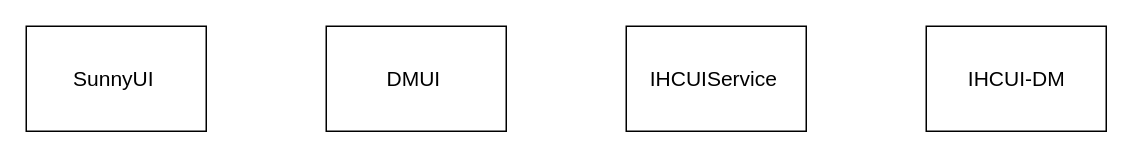
Earlier version of the draw.io diagram 组化软件新UI架构图.drawio (GreAmbWang/draw.io). Source tidied: cells renumbered, new cells numbered last; positions are measured from the earlier drawing's top-left corner, leaving out a move shared by most shapes. Both pictures are drawn from the tidied source at 150%, with x=0, y=0 at pixel (26, 26).
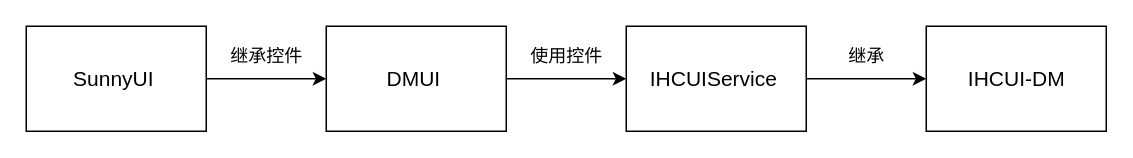
The same diagram, later.

Commit message:
Added 组化软件新UI架构图.drawio

The edit, as a diff of the source:
```diff
@@
 <mxGraphModel>
   <root>
     <mxCell id="0" />
     <mxCell id="1" parent="0" />
+    <mxCell id="6" style="edgeStyle=orthogonalEdgeStyle;rounded=0;jettySize=auto;html=1;entryX=0;entryY=0.5;entryDx=0;entryDy=0;" parent="1" edge="1" source="2" target="3">
+      <mxGeometry relative="1" as="geometry" />
+    </mxCell>
     <mxCell id="2" value="&lt;p class=&quot;MsoNormal&quot;&gt;&lt;span style=&quot;font-family: &amp;#34;calibri&amp;#34; ; font-size: 10.5000pt&quot;&gt;SunnyUI&amp;nbsp;&lt;/span&gt;&lt;/p&gt;" style="html=1;" parent="1" vertex="1">
       <mxGeometry width="120" height="70" as="geometry" />
     </mxCell>
+    <mxCell id="7" style="edgeStyle=orthogonalEdgeStyle;rounded=0;jettySize=auto;html=1;exitX=1;exitY=0.5;exitDx=0;exitDy=0;entryX=0;entryY=0.5;entryDx=0;entryDy=0;" parent="1" edge="1" source="3" target="4">
+      <mxGeometry relative="1" as="geometry" />
+    </mxCell>
     <mxCell id="3" value="&lt;p class=&quot;MsoNormal&quot;&gt;&lt;span style=&quot;font-family: &amp;#34;calibri&amp;#34; ; font-size: 10.5000pt&quot;&gt;DMUI&amp;nbsp;&lt;/span&gt;&lt;/p&gt;" style="html=1;" parent="1" vertex="1">
       <mxGeometry x="200" width="120" height="70" as="geometry" />
     </mxCell>
+    <mxCell id="8" style="edgeStyle=orthogonalEdgeStyle;rounded=0;jettySize=auto;html=1;entryX=0;entryY=0.5;entryDx=0;entryDy=0;" parent="1" edge="1" source="4" target="5">
+      <mxGeometry relative="1" as="geometry" />
+    </mxCell>
     <mxCell id="4" value="&lt;p class=&quot;MsoNormal&quot;&gt;&lt;span style=&quot;font-size: 10.5000pt&quot;&gt;IHCUIService&lt;/span&gt;&lt;span style=&quot;font-family: &amp;#34;calibri&amp;#34; ; font-size: 10.5000pt&quot;&gt;&amp;nbsp;&lt;/span&gt;&lt;/p&gt;" style="html=1;" parent="1" vertex="1">
       <mxGeometry x="400" width="120" height="70" as="geometry" />
     </mxCell>
     <mxCell id="5" value="&lt;p class=&quot;MsoNormal&quot;&gt;&lt;span style=&quot;font-family: &amp;#34;calibri&amp;#34; ; font-size: 10.5000pt&quot;&gt;IHCUI-DM&lt;/span&gt;&lt;/p&gt;" style="html=1;" parent="1" vertex="1">
       <mxGeometry x="600" width="120" height="70" as="geometry" />
     </mxCell>
+    <mxCell id="9" value="继承控件" style="text;html=1;align=center;verticalAlign=middle;" parent="1" vertex="1">
+      <mxGeometry x="130" y="10" width="60" height="20" as="geometry" />
+    </mxCell>
+    <mxCell id="10" value="使用控件" style="text;html=1;align=center;verticalAlign=middle;" parent="1" vertex="1">
+      <mxGeometry x="330" y="10" width="60" height="20" as="geometry" />
+    </mxCell>
+    <mxCell id="11" value="继承" style="text;html=1;align=center;verticalAlign=middle;" parent="1" vertex="1">
+      <mxGeometry x="540" y="10" width="40" height="20" as="geometry" />
+    </mxCell>
   </root>
 </mxGraphModel>
```
